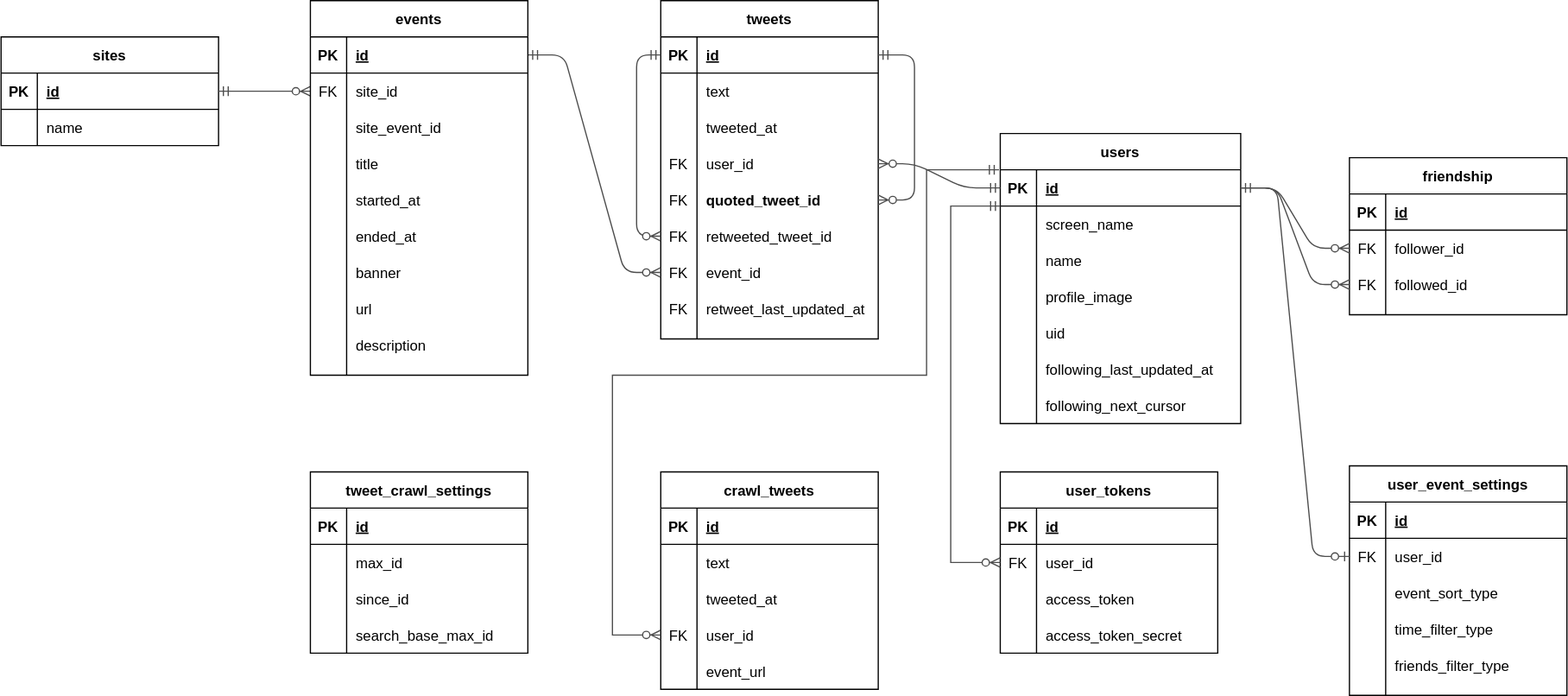
This is docs/er.drawio.svg from mh-mobile/event_follow, a draw.io export, as it was before one commit. Source tidied: cells renumbered, new cells last; positions are measured from the earlier drawing's top-left corner, leaving out a move shared by most shapes.
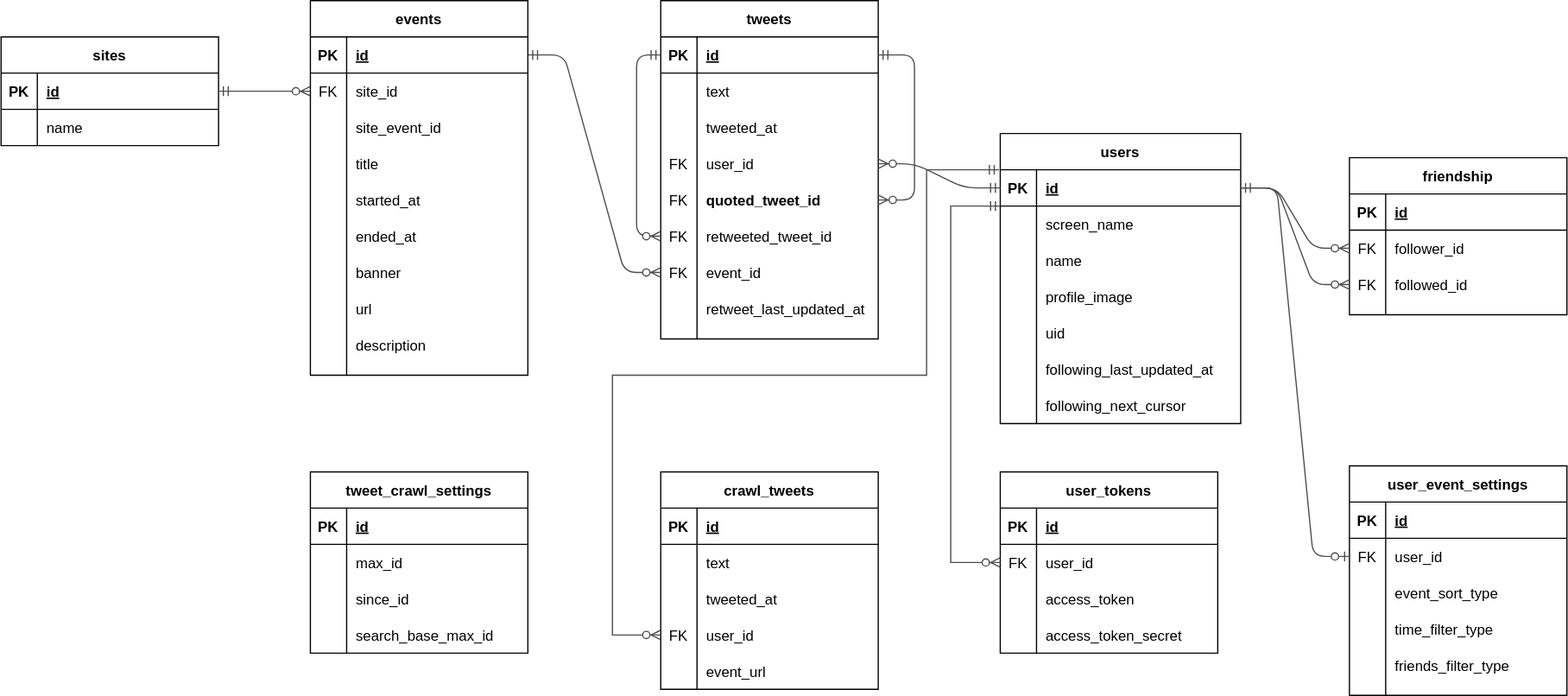
After the commit.

Commit message:
ER図のretweet_last_update_at属性の外部キーを削除

Diff of the diagram source:
```diff
@@ -77,7 +77,7 @@
     <mxCell id="26" style="shape=partialRectangle;fillColor=none;top=0;left=0;bottom=0;right=0;" parent="2" vertex="1">
       <mxGeometry y="240" width="180" height="30" as="geometry" />
     </mxCell>
-    <mxCell id="27" value="FK" style="shape=partialRectangle;fillColor=none;top=0;left=0;bottom=0;right=0;overflow=hidden;" parent="26" vertex="1">
+    <mxCell id="27" style="shape=partialRectangle;fillColor=none;top=0;left=0;bottom=0;right=0;overflow=hidden;" parent="26" vertex="1">
       <mxGeometry width="30" height="30" as="geometry" />
     </mxCell>
     <mxCell id="28" value="retweet_last_updated_at" style="shape=partialRectangle;fillColor=none;top=0;left=0;bottom=0;right=0;align=left;spacingLeft=6;overflow=hidden;" parent="26" vertex="1">
```
